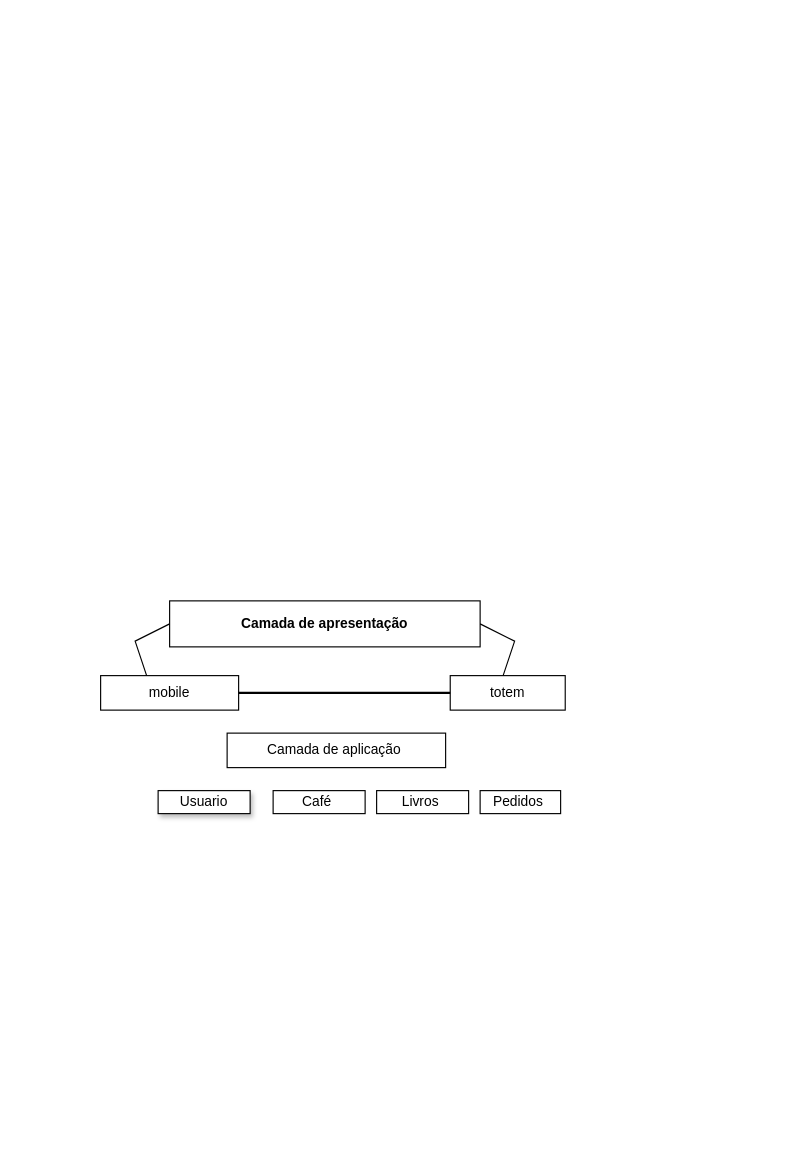
This is totem de atendimento.drawio from mariaeduardamazzonisena-ui/analise_modelagem_sistemas, a draw.io file, before an edit. Source tidied: cells renumbered, new cells numbered last; positions are measured from the earlier drawing's top-left corner, leaving out a move shared by most shapes. Both pictures are drawn from the tidied source at 115%, with x=0, y=0 at pixel (100, 600).
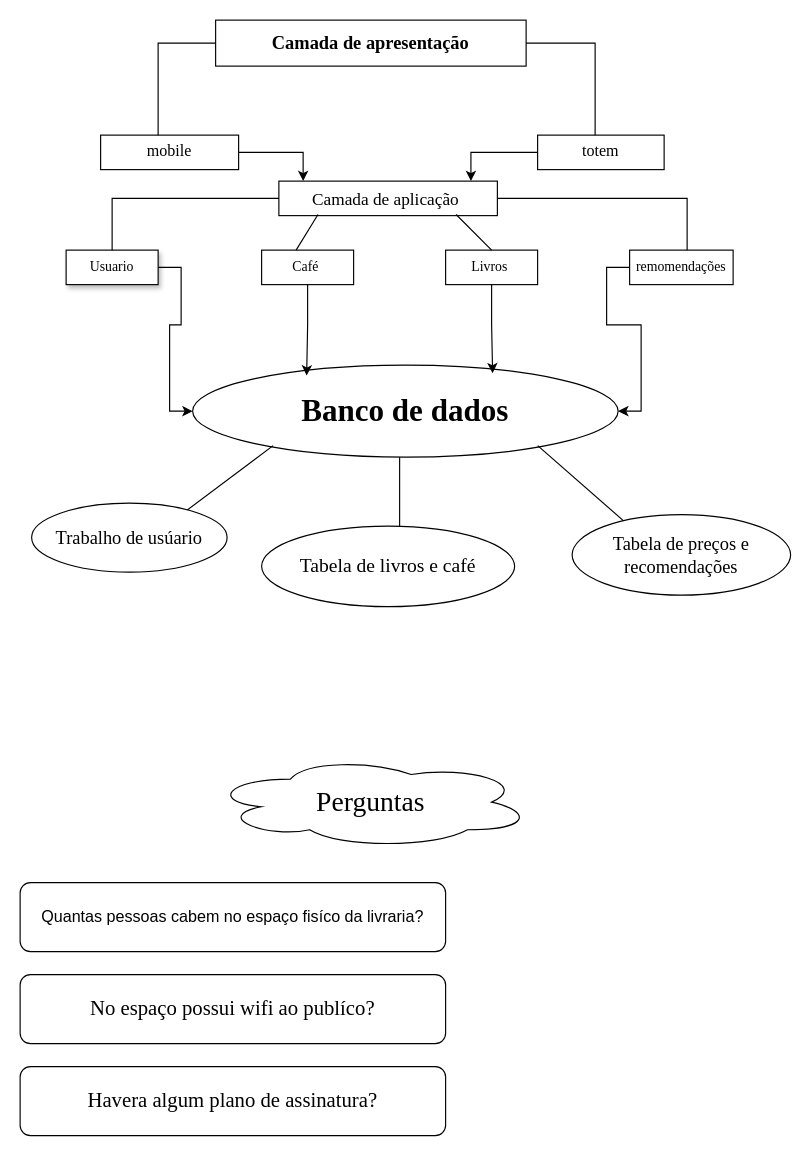
The same page after the edit.

Change to the diagram source:
```diff
@@
+    <mxCell id="13" style="edgeStyle=orthogonalEdgeStyle;rounded=0;jettySize=auto;html=1;entryX=0;entryY=0.5;entryDx=0;entryDy=0;" parent="1" edge="1" source="2" target="24">
+      <mxGeometry relative="1" as="geometry" />
+    </mxCell>
-    <mxCell id="2" value="Usuario" style="rounded=0;whiteSpace=wrap;html=1;shadow=1;" parent="1" vertex="1">
-      <mxGeometry x="50" y="165" width="80" height="20" as="geometry" />
+    <mxCell id="2" value="&lt;font face=&quot;Times New Roman&quot;&gt;Usuario&lt;/font&gt;" style="rounded=0;whiteSpace=wrap;html=1;shadow=1;" parent="1" vertex="1">
+      <mxGeometry x="-30" y="-305" width="80" height="30" as="geometry" />
     </mxCell>
-    <mxCell id="3" value="Camada de apresentação" style="rounded=0;whiteSpace=wrap;html=1;fontStyle=1;" parent="1" vertex="1">
-      <mxGeometry x="60" width="270" height="40" as="geometry" />
+    <mxCell id="3" value="&lt;font face=&quot;Times New Roman&quot; style=&quot;font-size: 16px;&quot;&gt;Camada de apresentação&lt;/font&gt;" style="rounded=0;whiteSpace=wrap;html=1;fontStyle=1;" parent="1" vertex="1">
+      <mxGeometry x="100" y="-505" width="270" height="40" as="geometry" />
     </mxCell>
-    <mxCell id="4" value="Camada de aplicação&amp;nbsp;" style="rounded=0;whiteSpace=wrap;html=1;" parent="1" vertex="1">
-      <mxGeometry x="110" y="115" width="190" height="30" as="geometry" />
+    <mxCell id="4" value="&lt;font face=&quot;Times New Roman&quot; style=&quot;font-size: 15px;&quot;&gt;Camada de aplicação&amp;nbsp;&lt;/font&gt;" style="rounded=0;whiteSpace=wrap;html=1;" parent="1" vertex="1">
+      <mxGeometry x="155" y="-365" width="190" height="30" as="geometry" />
     </mxCell>
-    <mxCell id="5" value="mobile" style="rounded=0;whiteSpace=wrap;html=1;" parent="1" vertex="1">
-      <mxGeometry y="65" width="120" height="30" as="geometry" />
+    <mxCell id="5" value="&lt;font style=&quot;font-size: 14px;&quot; face=&quot;Times New Roman&quot;&gt;mobile&lt;/font&gt;" style="rounded=0;whiteSpace=wrap;html=1;" parent="1" vertex="1">
+      <mxGeometry y="-405" width="120" height="30" as="geometry" />
     </mxCell>
-    <mxCell id="6" value="Café&amp;nbsp;" style="rounded=0;whiteSpace=wrap;html=1;" parent="1" vertex="1">
-      <mxGeometry x="150" y="165" width="80" height="20" as="geometry" />
+    <mxCell id="6" value="&lt;font face=&quot;Times New Roman&quot;&gt;Café&amp;nbsp;&lt;/font&gt;" style="rounded=0;whiteSpace=wrap;html=1;" parent="1" vertex="1">
+      <mxGeometry x="140" y="-305" width="80" height="30" as="geometry" />
     </mxCell>
-    <mxCell id="7" value="Livros&amp;nbsp;" style="rounded=0;whiteSpace=wrap;html=1;" parent="1" vertex="1">
-      <mxGeometry x="240" y="165" width="80" height="20" as="geometry" />
+    <mxCell id="7" value="&lt;font face=&quot;Times New Roman&quot;&gt;Livros&amp;nbsp;&lt;/font&gt;" style="rounded=0;whiteSpace=wrap;html=1;" parent="1" vertex="1">
+      <mxGeometry x="300" y="-305" width="80" height="30" as="geometry" />
     </mxCell>
-    <mxCell id="8" value="Pedidos&amp;nbsp;" style="rounded=0;whiteSpace=wrap;html=1;" parent="1" vertex="1">
-      <mxGeometry x="330" y="165" width="70" height="20" as="geometry" />
-    </mxCell>
-    <mxCell id="9" style="line;strokeWidth=2;html=1;" parent="1" vertex="1">
-      <mxGeometry x="120" y="75" width="190" height="10" as="geometry" />
-    </mxCell>
-    <mxCell id="10" value="totem" style="rounded=0;whiteSpace=wrap;html=1;" parent="1" vertex="1">
-      <mxGeometry x="304" y="65" width="100" height="30" as="geometry" />
+    <mxCell id="10" value="&lt;font face=&quot;Times New Roman&quot; style=&quot;font-size: 14px;&quot;&gt;totem&lt;/font&gt;" style="rounded=0;whiteSpace=wrap;html=1;" parent="1" vertex="1">
+      <mxGeometry x="380" y="-405" width="110" height="30" as="geometry" />
     </mxCell>
-    <mxCell id="11" style="endArrow=none;html=1;rounded=0;entryX=0;entryY=0.5;entryDx=0;entryDy=0;" parent="1" edge="1" target="3">
-      <mxGeometry relative="1" as="geometry">
-        <mxPoint x="40" y="65" as="sourcePoint" />
-        <Array as="points">
-          <mxPoint x="30" y="35" />
-        </Array>
-      </mxGeometry>
-    </mxCell>
-    <mxCell id="12" style="endArrow=none;html=1;rounded=0;entryX=1;entryY=0.5;entryDx=0;entryDy=0;" parent="1" edge="1" target="3">
-      <mxGeometry relative="1" as="geometry">
-        <mxPoint x="350" y="65" as="sourcePoint" />
-        <Array as="points">
-          <mxPoint x="360" y="35" />
-        </Array>
-      </mxGeometry>
-    </mxCell>
+    <mxCell id="14" style="endArrow=none;html=1;rounded=0;entryX=0;entryY=0.5;entryDx=0;entryDy=0;entryPerimeter=0;" parent="1" edge="1" target="3">
+      <mxGeometry relative="1" as="geometry">
+        <mxPoint x="50" y="-405" as="sourcePoint" />
+        <Array as="points">
+          <mxPoint x="50" y="-485" />
+        </Array>
+      </mxGeometry>
+    </mxCell>
+    <mxCell id="15" style="endArrow=none;html=1;rounded=0;entryX=1;entryY=0.5;entryDx=0;entryDy=0;" parent="1" edge="1" target="3">
+      <mxGeometry relative="1" as="geometry">
+        <mxPoint x="430" y="-405" as="sourcePoint" />
+        <Array as="points">
+          <mxPoint x="430" y="-485" />
+        </Array>
+      </mxGeometry>
+    </mxCell>
+    <mxCell id="16" style="edgeStyle=orthogonalEdgeStyle;rounded=0;jettySize=auto;html=1;entryX=0.111;entryY=0;entryDx=0;entryDy=0;entryPerimeter=0;" parent="1" edge="1" source="5" target="4">
+      <mxGeometry relative="1" as="geometry" />
+    </mxCell>
+    <mxCell id="17" style="edgeStyle=orthogonalEdgeStyle;rounded=0;jettySize=auto;html=1;entryX=0.879;entryY=0;entryDx=0;entryDy=0;entryPerimeter=0;" parent="1" edge="1" source="10" target="4">
+      <mxGeometry relative="1" as="geometry" />
+    </mxCell>
+    <mxCell id="18" style="edgeStyle=orthogonalEdgeStyle;rounded=0;jettySize=auto;html=1;entryX=1;entryY=0.5;entryDx=0;entryDy=0;" parent="1" edge="1" source="19" target="24">
+      <mxGeometry relative="1" as="geometry" />
+    </mxCell>
+    <mxCell id="19" value="&lt;font dir=&quot;auto&quot; style=&quot;vertical-align: inherit;&quot; face=&quot;Times New Roman&quot;&gt;remomendações&lt;/font&gt;" style="rounded=0;whiteSpace=wrap;html=1;" parent="1" vertex="1">
+      <mxGeometry x="460" y="-305" width="90" height="30" as="geometry" />
+    </mxCell>
+    <mxCell id="20" style="endArrow=none;html=1;rounded=0;entryX=0;entryY=0.5;entryDx=0;entryDy=0;" parent="1" edge="1" target="4">
+      <mxGeometry relative="1" as="geometry">
+        <mxPoint x="10" y="-305" as="sourcePoint" />
+        <Array as="points">
+          <mxPoint x="10" y="-350" />
+        </Array>
+      </mxGeometry>
+    </mxCell>
+    <mxCell id="21" style="endArrow=none;html=1;rounded=0;entryX=0.179;entryY=0.967;entryDx=0;entryDy=0;entryPerimeter=0;" parent="1" edge="1" target="4">
+      <mxGeometry relative="1" as="geometry">
+        <mxPoint x="170" y="-305" as="sourcePoint" />
+      </mxGeometry>
+    </mxCell>
+    <mxCell id="22" style="endArrow=none;html=1;rounded=0;entryX=0.811;entryY=0.967;entryDx=0;entryDy=0;entryPerimeter=0;exitX=0.5;exitY=0;exitDx=0;exitDy=0;" parent="1" edge="1" source="7" target="4">
+      <mxGeometry relative="1" as="geometry" />
+    </mxCell>
+    <mxCell id="23" style="endArrow=none;html=1;rounded=0;entryX=1;entryY=0.5;entryDx=0;entryDy=0;" parent="1" edge="1" target="4">
+      <mxGeometry relative="1" as="geometry">
+        <mxPoint x="510" y="-305" as="sourcePoint" />
+        <Array as="points">
+          <mxPoint x="510" y="-350" />
+        </Array>
+      </mxGeometry>
+    </mxCell>
+    <mxCell id="24" value="&lt;h1&gt;&lt;font dir=&quot;auto&quot; style=&quot;vertical-align: inherit; font-size: 27px;&quot; face=&quot;Times New Roman&quot;&gt;Banco de dados&lt;/font&gt;&lt;/h1&gt;" style="ellipse;whiteSpace=wrap;html=1;" parent="1" vertex="1">
+      <mxGeometry x="80" y="-205" width="370" height="80" as="geometry" />
+    </mxCell>
+    <mxCell id="25" style="edgeStyle=orthogonalEdgeStyle;rounded=0;jettySize=auto;html=1;entryX=0.268;entryY=0.113;entryDx=0;entryDy=0;entryPerimeter=0;" parent="1" edge="1" source="6" target="24">
+      <mxGeometry relative="1" as="geometry" />
+    </mxCell>
+    <mxCell id="26" style="edgeStyle=orthogonalEdgeStyle;rounded=0;jettySize=auto;html=1;entryX=0.705;entryY=0.088;entryDx=0;entryDy=0;entryPerimeter=0;" parent="1" edge="1" source="7" target="24">
+      <mxGeometry relative="1" as="geometry" />
+    </mxCell>
+    <mxCell id="27" style="endArrow=none;html=1;rounded=0;" parent="1" edge="1">
+      <mxGeometry relative="1" as="geometry">
+        <mxPoint x="70" y="-75" as="sourcePoint" />
+        <mxPoint x="150" y="-135" as="targetPoint" />
+      </mxGeometry>
+    </mxCell>
+    <mxCell id="28" style="endArrow=none;html=1;rounded=0;" parent="1" edge="1">
+      <mxGeometry relative="1" as="geometry">
+        <mxPoint x="260" y="-55" as="sourcePoint" />
+        <mxPoint x="260" y="-125" as="targetPoint" />
+      </mxGeometry>
+    </mxCell>
+    <mxCell id="29" style="endArrow=none;html=1;rounded=0;entryX=0.811;entryY=0.875;entryDx=0;entryDy=0;entryPerimeter=0;" parent="1" edge="1" target="24">
+      <mxGeometry relative="1" as="geometry">
+        <mxPoint x="460" y="-65" as="sourcePoint" />
+      </mxGeometry>
+    </mxCell>
+    <mxCell id="30" value="&lt;font style=&quot;font-size: 16px;&quot; face=&quot;Times New Roman&quot;&gt;Trabalho de usúario&lt;/font&gt;" style="ellipse;whiteSpace=wrap;html=1;" parent="1" vertex="1">
+      <mxGeometry x="-60" y="-85" width="170" height="60" as="geometry" />
+    </mxCell>
+    <mxCell id="31" value="&lt;font style=&quot;font-size: 17px;&quot; face=&quot;Times New Roman&quot;&gt;Tabela de livros e café&lt;/font&gt;" style="ellipse;whiteSpace=wrap;html=1;" parent="1" vertex="1">
+      <mxGeometry x="140" y="-65" width="220" height="70" as="geometry" />
+    </mxCell>
+    <mxCell id="32" value="&lt;font style=&quot;font-size: 16px;&quot; face=&quot;Times New Roman&quot;&gt;Tabela de preços e recomendações&lt;/font&gt;" style="ellipse;whiteSpace=wrap;html=1;" parent="1" vertex="1">
+      <mxGeometry x="410" y="-75" width="190" height="70" as="geometry" />
+    </mxCell>
+    <mxCell id="33" value="&lt;font style=&quot;font-size: 24px;&quot; face=&quot;Times New Roman&quot;&gt;Perguntas&lt;/font&gt;" style="ellipse;shape=cloud;whiteSpace=wrap;html=1;" parent="1" vertex="1">
+      <mxGeometry x="95" y="135" width="280" height="80" as="geometry" />
+    </mxCell>
+    <mxCell id="34" value="&lt;font style=&quot;font-size: 14px;&quot;&gt;Quantas pessoas cabem no espaço fisíco da livraria?&lt;/font&gt;" style="rounded=1;whiteSpace=wrap;html=1;" parent="1" vertex="1">
+      <mxGeometry x="-70" y="245" width="370" height="60" as="geometry" />
+    </mxCell>
+    <mxCell id="35" value="&lt;font style=&quot;font-size: 18px;&quot; face=&quot;Times New Roman&quot;&gt;No espaço possui wifi ao publíco?&lt;/font&gt;" style="rounded=1;whiteSpace=wrap;html=1;" parent="1" vertex="1">
+      <mxGeometry x="-70" y="325" width="370" height="60" as="geometry" />
+    </mxCell>
+    <mxCell id="36" value="&lt;font style=&quot;font-size: 18px;&quot; face=&quot;Times New Roman&quot;&gt;Havera algum plano de assinatura?&lt;/font&gt;" style="rounded=1;whiteSpace=wrap;html=1;" parent="1" vertex="1">
+      <mxGeometry x="-70" y="405" width="370" height="60" as="geometry" />
+    </mxCell>
```
